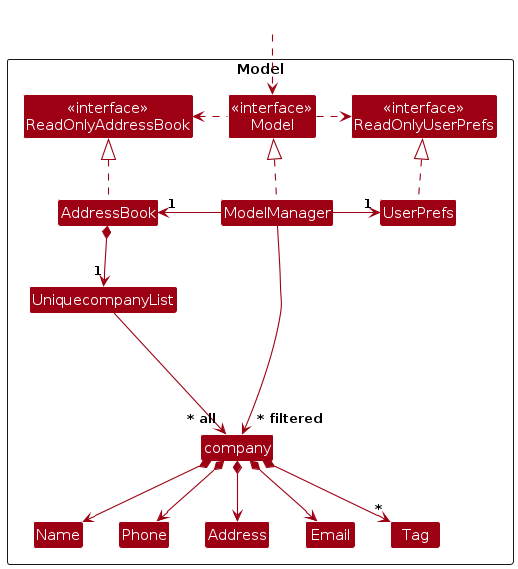
This is diagrams/ModelClassDiagram.png from AY2425S1-CS2103T-T09-1/tp, a PlantUML export, as it was before one commit. Its source is kept beside it as diagrams/ModelClassDiagram.puml.
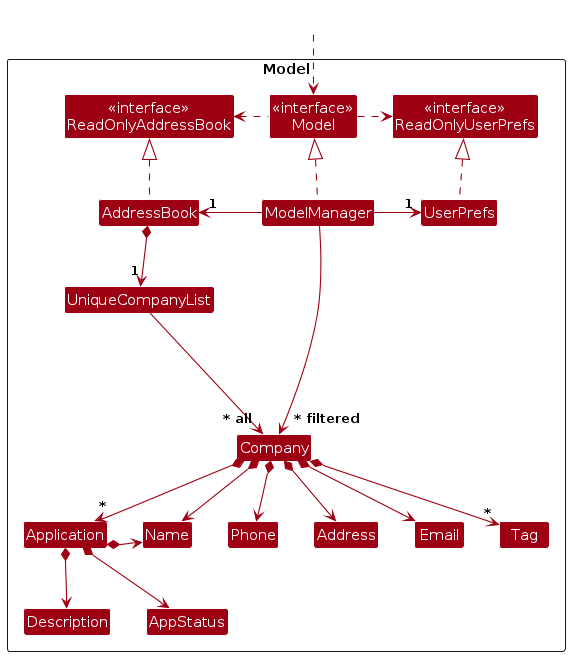
Above is the later version.

Diff of the diagram source:
```diff
@@ -12,13 +12,18 @@
 Class ModelManager
 Class UserPrefs
 
-Class UniquecompanyList
-Class company
+Class UniqueCompanyList
+Class Company
 Class Address
 Class Email
-Class Name
 Class Phone
 Class Tag
+
+Class Name
+
+Class Application
+Class Description
+Class AppStatus
 
 Class I #FFFFFF
 }
@@ -35,20 +40,26 @@
 ModelManager -right-> "1" UserPrefs
 UserPrefs .up.|> ReadOnlyUserPrefs
 
-AddressBook *--> "1" UniquecompanyList
-UniquecompanyList --> "~* all" company
-company *--> Name
-company *--> Phone
-company *--> Email
-company *--> Address
-company *--> "*" Tag
+AddressBook *--> "1" UniqueCompanyList
+UniqueCompanyList --> "~* all" Company
+Company *--> Name
+Company *--> Phone
+Company *--> Email
+Company *--> Address
+Company *--> "*" Tag
+Company *--> "*" Application
 
-company -[hidden]up--> I
-UniquecompanyList -[hidden]right-> I
+Application *--> Name
+Application *--> Description
+Application *--> AppStatus
 
+Company -[hidden]up--> I
+UniqueCompanyList -[hidden]right-> I
+
+Application -[hidden]right-> Name
 Name -[hidden]right-> Phone
 Phone -[hidden]right-> Address
 Address -[hidden]right-> Email
 
-ModelManager --> "~* filtered" company
+ModelManager --> "~* filtered" Company
 @enduml
```
